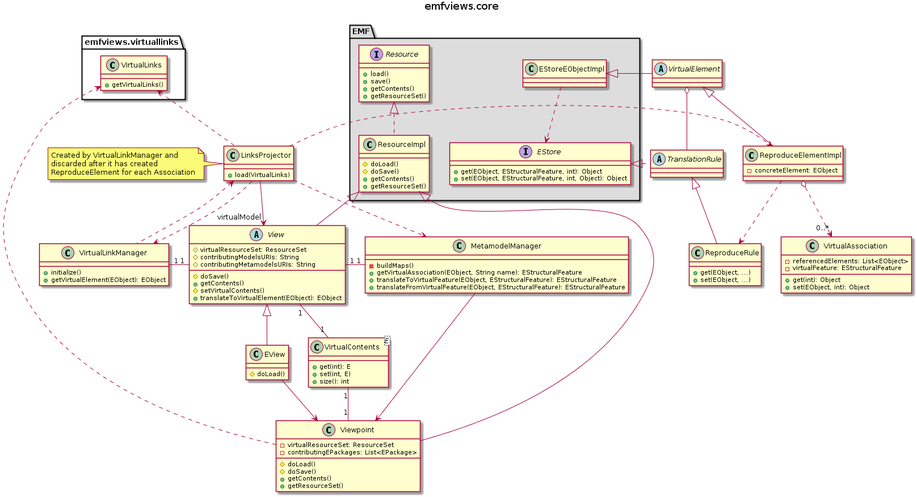
The PlantUML diagram doc/eview.png in fmdkdd/monoge, before a commit.
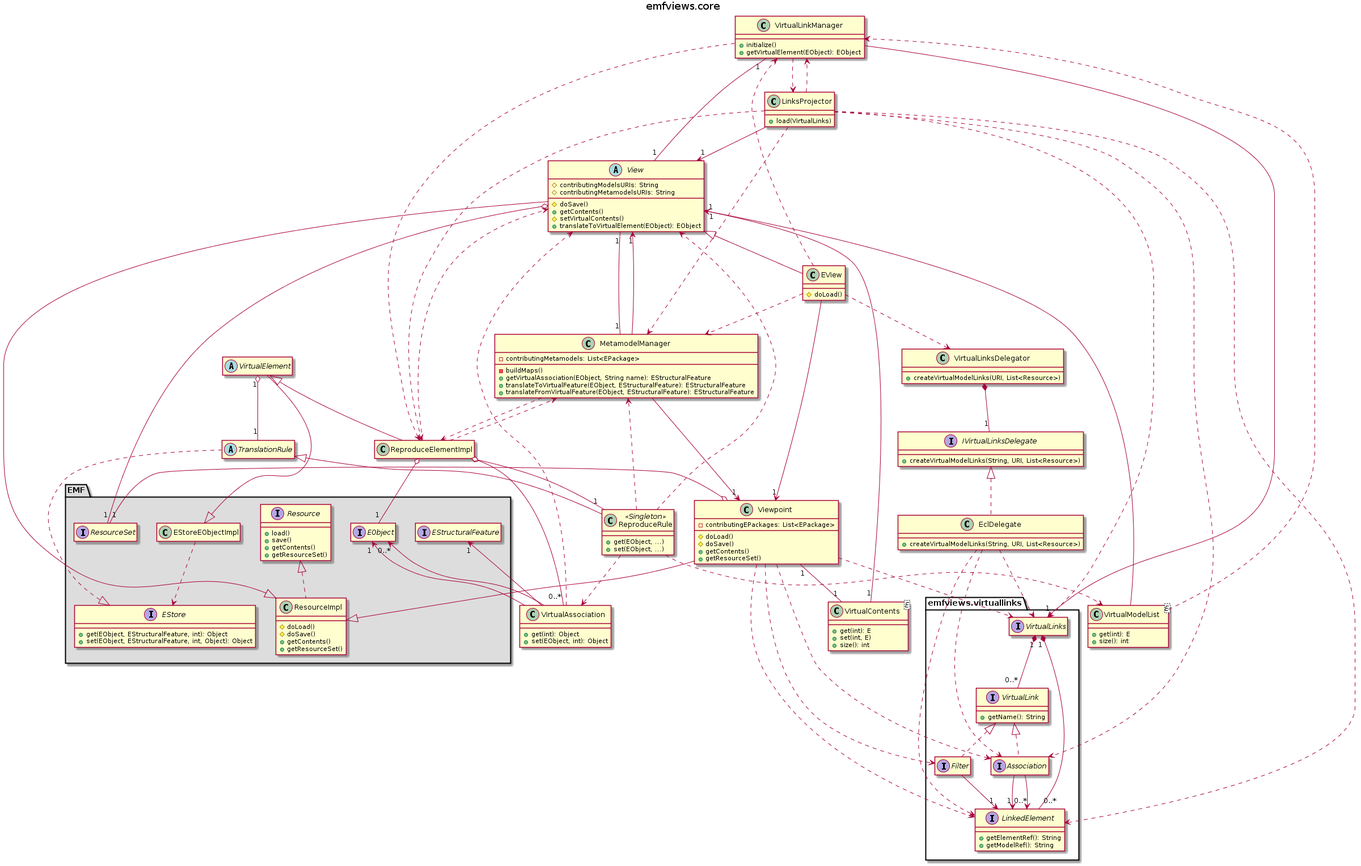
The same file after the commit.

Commit message:
Flesh out UML class diagram

Yeah it's messy.

Change to the diagram source:
```diff
@@ -2,46 +2,147 @@
 
 title emfviews.core
 
+
 package EMF #DDDDDD {
 
-interface Resource {
-  +load()
-  +save()
-  +getContents()
-  +getResourceSet()
-}
+  interface Resource {
+    +load()
+    +save()
+    +getContents()
+    +getResourceSet()
+  }
 
-class ResourceImpl {
-  #doLoad()
-  #doSave()
-  +getContents()
-  +getResourceSet()
-}
+  class ResourceImpl {
+    #doLoad()
+    #doSave()
+    +getContents()
+    +getResourceSet()
+  }
 
-class EStoreEObjectImpl {
+  class EStoreEObjectImpl {
+  }
+
+  interface EStore {
+    +get(EObject, EStructuralFeature, int): Object
+    +set(EObject, EStructuralFeature, int, Object): Object
+  }
+
+  interface EObject {
+  }
+
+  interface EStructuralFeature {
+  }
+
+  interface ResourceSet {
+  }
 
 }
 
-interface EStore {
-  +get(EObject, EStructuralFeature, int): Object
-  +set(EObject, EStructuralFeature, int, Object): Object
-}
+hide EObject members
+hide EStructuralFeature members
+hide EStoreEObjectImpl members
+hide ResourceSet members
+
+Resource <|.. ResourceImpl
+EStoreEObjectImpl ..> EStore
+
+
+package emfviews.virtuallinks {
+
+  interface VirtualLinks {
+  }
+
+  interface VirtualLink {
+    +getName(): String
+  }
+
+  interface Filter {
+  }
+
+  interface Association {
+  }
+
+  interface LinkedElement {
+    +getElementRef(): String
+    +getModelRef(): String
+  }
 
 }
 
-EStoreEObjectImpl ..> EStore
+hide VirtualLinks members
+hide Filter members
+hide Association members
 
-package emfviews.virtuallinks {
+VirtualLinks "1" *-- "0..*" VirtualLink   /': virtualLinks '/
+VirtualLinks "1" *-- "0..*" LinkedElement /': linkedElements '/
 
-class VirtualLinks {
-  +getVirtualLinks()
+VirtualLink <|.. Association
+VirtualLink <|.. Filter
+
+Association --> "1" LinkedElement    /' : sourceElement '/
+Association --> "0..*" LinkedElement /' : targetElements '/
+
+Filter --> "1" LinkedElement    /' : filteredElement '/
+
+
+
+abstract class VirtualElement {
 }
 
+class ReproduceElementImpl {
+}
+
+class VirtualAssociation {
+  +get(int): Object
+  +set(EObject, int): Object
+}
+
+abstract class TranslationRule {
+}
+
+class ReproduceRule <<Singleton>> {
+  +get(EObject, ...)
+  +set(EObject, ...)
+}
+
+class VirtualModelList<E> {
+  +get(int): E
+  +size(): int
 }
 
 
+hide VirtualElement members
+hide ReproduceElementImpl members
+hide TranslationRule members
+
+EStoreEObjectImpl <|-- VirtualElement
+VirtualElement <|-- ReproduceElementImpl
+VirtualElement "1" o-- "1" TranslationRule /' : translationRule '/
+
+ReproduceElementImpl o-- "1" EObject               /' : concreteElement '/
+ReproduceElementImpl o-- "0..*" VirtualAssociation /' : virtualAssociations '/
+ReproduceElementImpl o-- "1" ReproduceRule         /' : translationRule '/
+ReproduceElementImpl ..> View
+ReproduceElementImpl ..> MetamodelManager
+
+VirtualAssociation --> "1" EObject            /' : container '/
+VirtualAssociation --> "0..*" EObject         /' : referencedElements '/
+VirtualAssociation --> "1" EStructuralFeature /' : virtualFeature '/
+VirtualAssociation ..> View
+
+EStore <|.. TranslationRule
+TranslationRule <|-- ReproduceRule
+
+ReproduceRule ..> View
+ReproduceRule ..> MetamodelManager
+ReproduceRule ..> VirtualModelList
+ReproduceRule ..> VirtualAssociation
+
+VirtualModelList --> "1" View   /' : virtualModel '/
+VirtualModelList ..> VirtualLinkManager
+
+
 abstract class View {
-  #virtualResourceSet: ResourceSet
   #contributingModelsURIs: String
   #contributingMetamodelsURIs: String
   #doSave()
@@ -51,7 +152,6 @@
 }
 
 class Viewpoint {
-  -virtualResourceSet: ResourceSet
   -contributingEPackages: List<EPackage>
   #doLoad()
   #doSave()
@@ -69,6 +169,7 @@
 }
 
 class MetamodelManager {
+  -contributingMetamodels: List<EPackage>
   -buildMaps()
   +getVirtualAssociation(EObject, String name): EStructuralFeature
   +translateToVirtualFeature(EObject, EStructuralFeature): EStructuralFeature
@@ -79,11 +180,18 @@
   +load(VirtualLinks)
 }
 
-note left
-  Created by VirtualLinkManager and
-  discarded after it has created
-  ReproduceElement for each Association
-end note
+class VirtualLinksDelegator {
+  +createVirtualModelLinks(URI, List<Resource>)
+}
+
+interface IVirtualLinksDelegate {
+  +createVirtualModelLinks(String, URI, List<Resource>)
+}
+
+class EclDelegate {
+  +createVirtualModelLinks(String, URI, List<Resource>)
+}
+
 
 class VirtualContents<E> {
   +get(int): E
@@ -91,65 +199,51 @@
   +size(): int
 }
 
-class ReproduceElementImpl {
-  -concreteElement: EObject
-}
 
-class VirtualAssociation {
-  -referencedElements: List<EObject>
-  -virtualFeature: EStructuralFeature
-  +get(int): Object
-  +set(EObject, int): Object
-}
-
-abstract class VirtualElement {
-}
-
-abstract class TranslationRule {
-}
-
-class ReproduceRule {
-  +get(EObject, ...)
-  +set(EObject, ...)
-}
-
-Resource <|.. ResourceImpl
 ResourceImpl <|-- View
+View "1" -left "1" VirtualLinkManager
+View "1" -right "1" MetamodelManager
+View "1" -- "1" VirtualContents
+View o-- "1" ResourceSet
 
 View <|-- EView
-View "1" -left "1" VirtualLinkManager
-View "1" -right "1" MetamodelManager
+EView --> "1" Viewpoint              /' : viewpoint '/
+EView ..> VirtualLinkManager
+EView ..> MetamodelManager
+EView ..> VirtualLinksDelegator
 
-View "1" -- "1" VirtualContents
+VirtualLinksDelegator *-- "1" IVirtualLinksDelegate
 
-EView -[hidden]right- VirtualContents
+IVirtualLinksDelegate <|.. EclDelegate
+
+EclDelegate ..> VirtualLinks
+EclDelegate ..> Association
+EclDelegate ..> LinkedElement
 
 ResourceImpl <|-- Viewpoint
-MetamodelManager --> Viewpoint
+Viewpoint o-- "1" ResourceSet   /' : virtualResourceSet '/
+Viewpoint "1" -- "1" VirtualContents
+Viewpoint ..> VirtualLinks
+Viewpoint ..> Association
+Viewpoint ..> LinkedElement
+Viewpoint ..> Filter
 
-EView -> Viewpoint
+MetamodelManager --> "1" Viewpoint /' viewpoint '/
+MetamodelManager --> "1" View /' virtualModel '/
+MetamodelManager ..> ReproduceElementImpl
 
-VirtualContents "1" -- "1" Viewpoint
+VirtualLinkManager --> "1" VirtualLinks /' weavingModel '/
+VirtualLinkManager ..> ReproduceElementImpl
+VirtualLinkManager ..> LinksProjector
 
-Viewpoint ..> VirtualLinks
-
-LinksProjector --> "virtualModel" View
-LinksProjector <.. VirtualLinkManager
+LinksProjector --> "1" View     /'virtualModel '/
 LinksProjector ..> VirtualLinkManager
 LinksProjector ..> MetamodelManager
-VirtualLinks <.. LinksProjector
-LinksProjector .> ReproduceElementImpl
+LinksProjector ..> VirtualLinks
+LinksProjector ..> Association
+LinksProjector ..> LinkedElement
+LinksProjector ..> ReproduceElementImpl
 
-VirtualElement <|-- ReproduceElementImpl
 
-VirtualElement -left|> EStoreEObjectImpl
-
-VirtualElement o-- TranslationRule
-
-EStore <|. TranslationRule
-TranslationRule <|-- ReproduceRule
-
-ReproduceElementImpl o..> "0..*" VirtualAssociation
-ReproduceElementImpl ..> ReproduceRule
 
 @enduml
```
